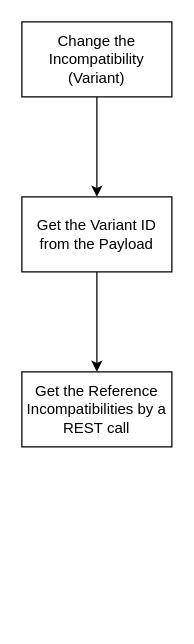
The draw.io diagram Pack_Roll_Out_Process.drawio in biswarup81/drawings, before the edit. Source tidied: cells renumbered, new cells numbered last; positions are measured from the earlier drawing's top-left corner, leaving out a move shared by most shapes. Both pictures are drawn from the tidied source at 125%, with x=0, y=0 at pixel (21, 21).
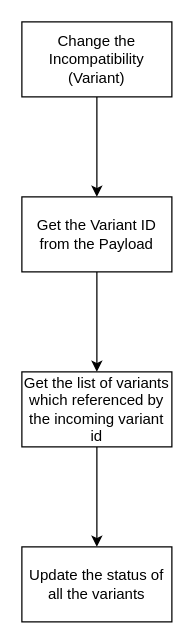
The same page after the edit.

Diff of the diagram source:
```diff
@@
 <mxGraphModel>
   <root>
     <mxCell id="0" />
     <mxCell id="1" parent="0" />
     <mxCell id="2" style="edgeStyle=orthogonalEdgeStyle;rounded=0;jettySize=auto;html=1;" parent="1" edge="1" source="3" target="5">
       <mxGeometry relative="1" as="geometry" />
     </mxCell>
     <mxCell id="3" value="Change the Incompatibility (Variant)" style="rounded=0;whiteSpace=wrap;html=1;" parent="1" vertex="1">
       <mxGeometry width="120" height="60" as="geometry" />
     </mxCell>
     <mxCell id="4" style="edgeStyle=orthogonalEdgeStyle;rounded=0;jettySize=auto;html=1;" parent="1" edge="1" source="5" target="6">
       <mxGeometry relative="1" as="geometry" />
     </mxCell>
     <mxCell id="5" value="Get the Variant ID from the Payload" style="rounded=0;whiteSpace=wrap;html=1;" parent="1" vertex="1">
       <mxGeometry y="140" width="120" height="60" as="geometry" />
     </mxCell>
+    <mxCell id="7" style="edgeStyle=orthogonalEdgeStyle;rounded=0;jettySize=auto;html=1;" parent="1" edge="1" source="6" target="8">
+      <mxGeometry relative="1" as="geometry" />
+    </mxCell>
-    <mxCell id="6" value="Get the Reference Incompatibilities by a REST call" style="whiteSpace=wrap;html=1;rounded=0;" parent="1" vertex="1">
+    <mxCell id="6" value="Get the list of variants which referenced by the incoming variant id" style="whiteSpace=wrap;html=1;rounded=0;" parent="1" vertex="1">
       <mxGeometry y="280" width="120" height="60" as="geometry" />
     </mxCell>
+    <mxCell id="8" value="Update the status of all the variants" style="whiteSpace=wrap;html=1;rounded=0;" parent="1" vertex="1">
+      <mxGeometry y="420" width="120" height="60" as="geometry" />
+    </mxCell>
   </root>
 </mxGraphModel>
```
